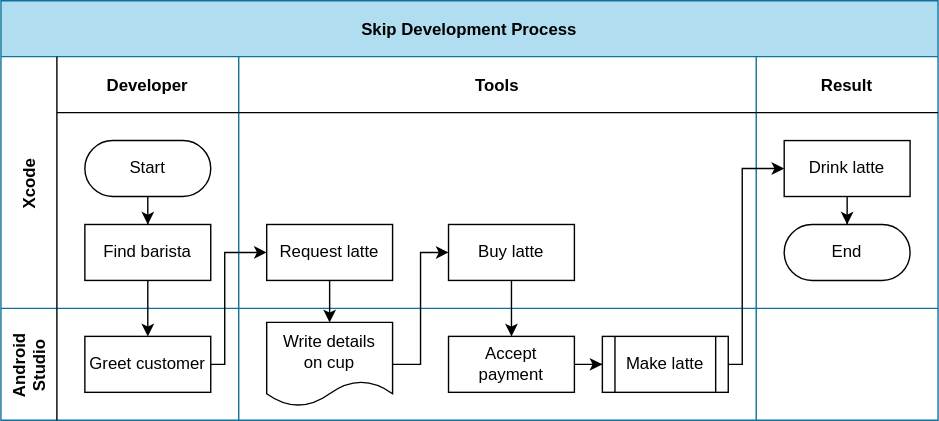
Earlier version of the draw.io export skip_dev_process.drawio.svg (skiptools/assets.skip.tools). Source tidied: cells renumbered, new cells last; positions are measured from the earlier drawing's top-left corner, leaving out a move shared by most shapes.
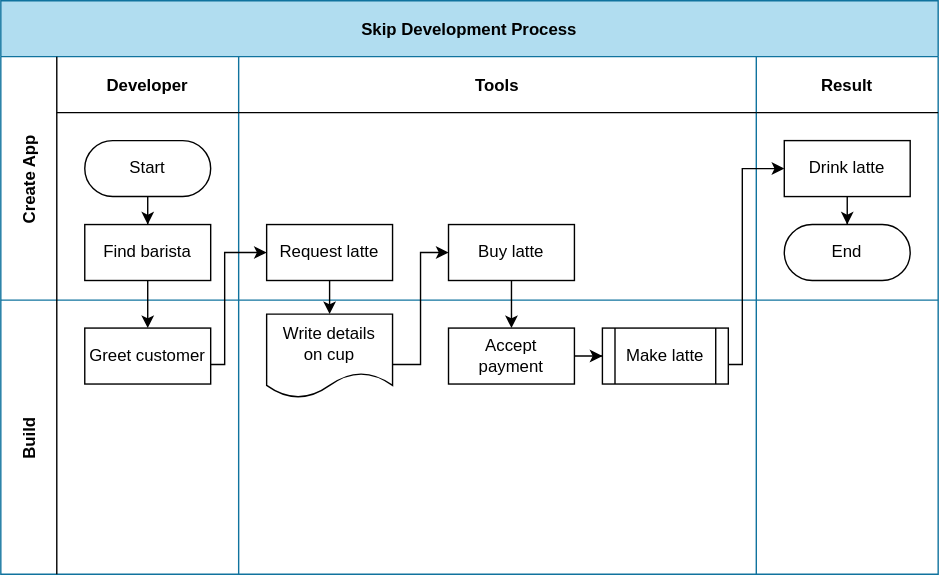
Above is the later version.

Change to the diagram source:
```diff
@@ -3,16 +3,16 @@
     <mxCell id="0" />
     <mxCell id="1" parent="0" />
     <mxCell id="2" value="Skip Development Process" style="shape=table;startSize=40;fillColor=#b1ddf0;fontStyle=1;strokeColor=#10739e;swimlaneFillColor=none;" parent="1" vertex="1">
-      <mxGeometry width="670" height="300" as="geometry" />
+      <mxGeometry width="670" height="410" as="geometry" />
     </mxCell>
     <mxCell id="3" style="edgeStyle=orthogonalEdgeStyle;rounded=0;jettySize=auto;html=1;" parent="2" edge="1" source="8" target="18">
       <mxGeometry relative="1" as="geometry" />
     </mxCell>
-    <mxCell id="4" value="Xcode" style="shape=tableRow;horizontal=0;swimlaneHead=0;swimlaneBody=0;top=0;left=0;bottom=0;right=0;fillColor=none;startSize=40;fontStyle=1;" parent="2" vertex="1">
-      <mxGeometry y="40" width="670" height="180" as="geometry" />
+    <mxCell id="4" value="Create App" style="shape=tableRow;horizontal=0;swimlaneHead=0;swimlaneBody=0;top=0;left=0;bottom=0;right=0;fillColor=none;startSize=40;fontStyle=1;" parent="2" vertex="1">
+      <mxGeometry y="40" width="670" height="174" as="geometry" />
     </mxCell>
     <mxCell id="5" value="Developer" style="swimlane;swimlaneHead=0;swimlaneBody=0;fillColor=none;startSize=40;fontStyle=1;" parent="4" vertex="1">
-      <mxGeometry x="40" width="130" height="180" as="geometry" />
+      <mxGeometry x="40" width="130" height="174" as="geometry" />
     </mxCell>
     <mxCell id="6" style="edgeStyle=orthogonalEdgeStyle;rounded=0;jettySize=auto;html=1;" parent="5" edge="1" source="7" target="8">
       <mxGeometry relative="1" as="geometry" />
@@ -24,7 +24,7 @@
       <mxGeometry x="20" y="120" width="90" height="40" as="geometry" />
     </mxCell>
     <mxCell id="9" value="Tools" style="swimlane;swimlaneHead=0;swimlaneBody=0;fillColor=none;startSize=40;fontStyle=1;" parent="4" vertex="1">
-      <mxGeometry x="170" width="370" height="180" as="geometry" />
+      <mxGeometry x="170" width="370" height="174" as="geometry" />
     </mxCell>
     <mxCell id="10" value="Request latte" style="rounded=0;whiteSpace=wrap;html=1;" parent="9" vertex="1">
       <mxGeometry x="20" y="120" width="90" height="40" as="geometry" />
@@ -33,7 +33,7 @@
       <mxGeometry x="150" y="120" width="90" height="40" as="geometry" />
     </mxCell>
     <mxCell id="12" value="Result" style="swimlane;swimlaneHead=0;swimlaneBody=0;fillColor=none;startSize=40;fontStyle=1;" parent="4" vertex="1">
-      <mxGeometry x="540" width="130" height="180" as="geometry" />
+      <mxGeometry x="540" width="130" height="174" as="geometry" />
     </mxCell>
     <mxCell id="13" style="edgeStyle=orthogonalEdgeStyle;rounded=0;jettySize=auto;html=1;" parent="12" edge="1" source="14" target="15">
       <mxGeometry relative="1" as="geometry" />
@@ -44,17 +44,17 @@
     <mxCell id="15" value="End" style="rounded=1;whiteSpace=wrap;html=1;arcSize=50;" parent="12" vertex="1">
       <mxGeometry x="20" y="120" width="90" height="40" as="geometry" />
     </mxCell>
-    <mxCell id="16" value="Android&#10;Studio" style="shape=tableRow;horizontal=0;swimlaneHead=0;swimlaneBody=0;top=0;left=0;bottom=0;right=0;fillColor=none;startSize=40;fontStyle=1;" parent="2" vertex="1">
-      <mxGeometry y="220" width="670" height="80" as="geometry" />
+    <mxCell id="16" value="Build" style="shape=tableRow;horizontal=0;swimlaneHead=0;swimlaneBody=0;top=0;left=0;bottom=0;right=0;fillColor=none;startSize=40;fontStyle=1;" parent="2" vertex="1">
+      <mxGeometry y="214" width="670" height="196" as="geometry" />
     </mxCell>
     <mxCell id="17" style="swimlane;swimlaneHead=0;swimlaneBody=0;fillColor=none;startSize=0;fontStyle=1;" parent="16" vertex="1">
-      <mxGeometry x="40" width="130" height="80" as="geometry" />
+      <mxGeometry x="40" width="130" height="196" as="geometry" />
     </mxCell>
     <mxCell id="18" value="Greet customer" style="rounded=0;whiteSpace=wrap;html=1;" parent="17" vertex="1">
       <mxGeometry x="20" y="20" width="90" height="40" as="geometry" />
     </mxCell>
     <mxCell id="19" style="swimlane;swimlaneHead=0;swimlaneBody=0;fillColor=none;startSize=0;fontStyle=1;" parent="16" vertex="1">
-      <mxGeometry x="170" width="370" height="80" as="geometry" />
+      <mxGeometry x="170" width="370" height="196" as="geometry" />
     </mxCell>
     <mxCell id="20" style="edgeStyle=orthogonalEdgeStyle;rounded=0;jettySize=auto;html=1;" parent="19" edge="1" source="21" target="23">
       <mxGeometry relative="1" as="geometry" />
@@ -69,7 +69,7 @@
       <mxGeometry x="260" y="20" width="90" height="40" as="geometry" />
     </mxCell>
     <mxCell id="24" style="swimlane;swimlaneHead=0;swimlaneBody=0;fillColor=none;startSize=0;fontStyle=1;" parent="16" vertex="1">
-      <mxGeometry x="540" width="130" height="80" as="geometry" />
+      <mxGeometry x="540" width="130" height="196" as="geometry" />
     </mxCell>
     <mxCell id="25" style="edgeStyle=orthogonalEdgeStyle;rounded=0;jettySize=auto;html=1;" parent="2" edge="1" source="18" target="10">
       <mxGeometry relative="1" as="geometry">
```
